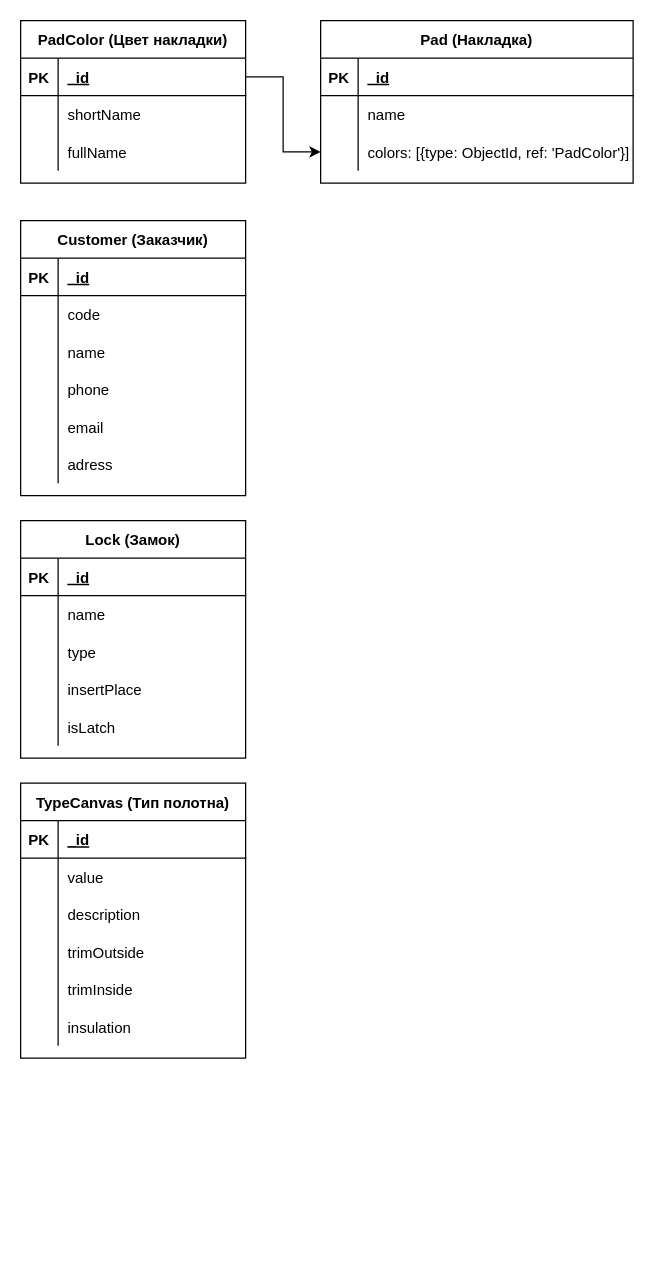
The draw.io diagram schema.drawio in ProSysYo/bunker, before the edit. Source tidied: cells renumbered, new cells numbered last; positions are measured from the earlier drawing's top-left corner, leaving out a move shared by most shapes. Both pictures are drawn from the tidied source at 125%, with x=0, y=0 at pixel (20, 20).
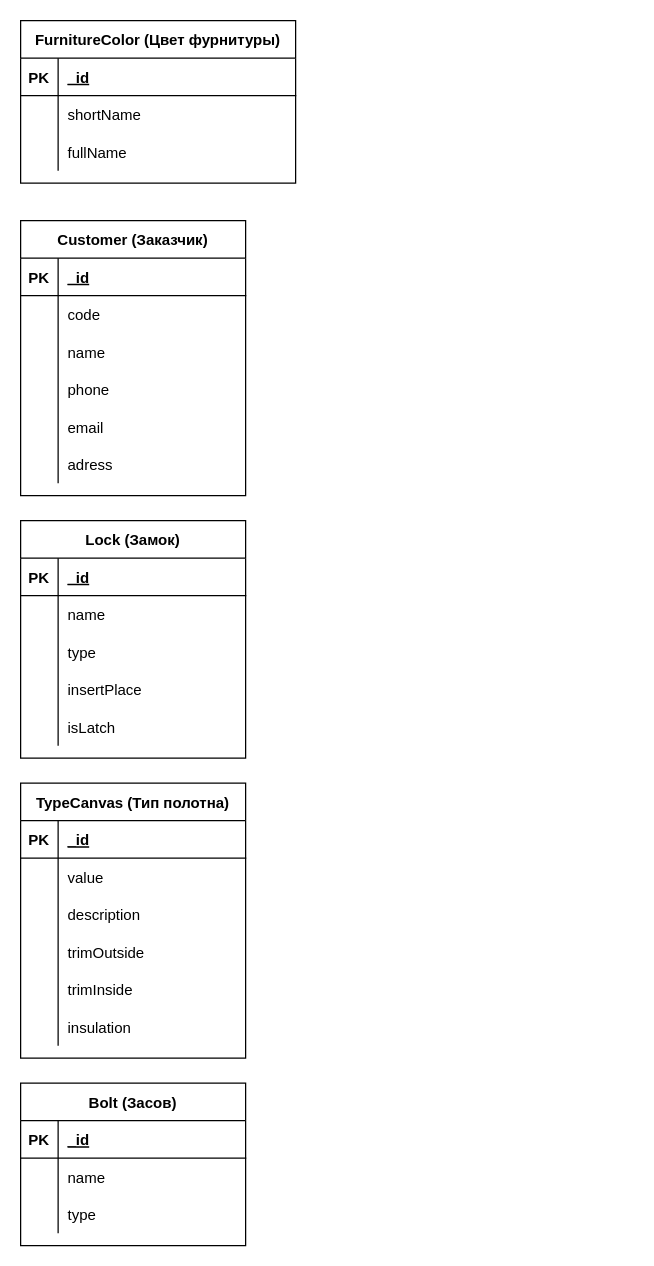
Above is the later version.

Diff of the diagram source:
```diff
@@
-    <mxCell id="2" value="PadColor (Цвет накладки)" style="shape=table;startSize=30;childLayout=tableLayout;rowLines=0;fontStyle=1;align=center;swimlaneFillColor=none;" parent="1" vertex="1">
-      <mxGeometry width="180" height="130" as="geometry" />
+    <mxCell id="2" value="FurnitureColor (Цвет фурнитуры)" style="shape=table;startSize=30;childLayout=tableLayout;rowLines=0;fontStyle=1;align=center;swimlaneFillColor=none;" parent="1" vertex="1">
+      <mxGeometry width="220" height="130" as="geometry" />
     </mxCell>
     <mxCell id="3" style="shape=partialRectangle;fillColor=none;top=0;left=0;bottom=1;right=0;points=[[0,0.5],[1,0.5]];portConstraint=eastwest;" parent="2" vertex="1">
-      <mxGeometry y="30" width="180" height="30" as="geometry" />
+      <mxGeometry y="30" width="220" height="30" as="geometry" />
     </mxCell>
@@
     <mxCell id="5" value="_id" style="shape=partialRectangle;fillColor=none;top=0;left=0;bottom=0;right=0;align=left;spacingLeft=6;fontStyle=5;overflow=hidden;" parent="3" vertex="1">
-      <mxGeometry x="30" width="150" height="30" as="geometry" />
+      <mxGeometry x="30" width="190" height="30" as="geometry" />
     </mxCell>
     <mxCell id="6" style="shape=partialRectangle;fillColor=none;top=0;left=0;bottom=0;right=0;" parent="2" vertex="1">
-      <mxGeometry y="60" width="180" height="30" as="geometry" />
+      <mxGeometry y="60" width="220" height="30" as="geometry" />
     </mxCell>
@@
     <mxCell id="8" value="shortName" style="shape=partialRectangle;fillColor=none;top=0;left=0;bottom=0;right=0;align=left;spacingLeft=6;overflow=hidden;" parent="6" vertex="1">
-      <mxGeometry x="30" width="150" height="30" as="geometry" />
+      <mxGeometry x="30" width="190" height="30" as="geometry" />
     </mxCell>
     <mxCell id="9" style="shape=partialRectangle;fillColor=none;top=0;left=0;bottom=0;right=0;" parent="2" vertex="1">
-      <mxGeometry y="90" width="180" height="30" as="geometry" />
+      <mxGeometry y="90" width="220" height="30" as="geometry" />
     </mxCell>
@@
     <mxCell id="11" value="fullName" style="shape=partialRectangle;fillColor=none;top=0;left=0;bottom=0;right=0;align=left;spacingLeft=6;overflow=hidden;" parent="9" vertex="1">
-      <mxGeometry x="30" width="150" height="30" as="geometry" />
+      <mxGeometry x="30" width="190" height="30" as="geometry" />
     </mxCell>
-    <mxCell id="12" value="Pad (Накладка)" style="shape=table;startSize=30;childLayout=tableLayout;rowLines=0;fontStyle=1;align=center;" parent="1" vertex="1">
-      <mxGeometry x="240" width="250" height="130" as="geometry" />
-    </mxCell>
-    <mxCell id="13" style="shape=partialRectangle;fillColor=none;top=0;left=0;bottom=1;right=0;" parent="12" vertex="1">
-      <mxGeometry y="30" width="250" height="30" as="geometry" />
-    </mxCell>
-    <mxCell id="14" value="PK" style="shape=partialRectangle;fillColor=none;top=0;left=0;bottom=0;right=0;fontStyle=1;overflow=hidden;" parent="13" vertex="1">
-      <mxGeometry width="30" height="30" as="geometry" />
-    </mxCell>
-    <mxCell id="15" value="_id" style="shape=partialRectangle;fillColor=none;top=0;left=0;bottom=0;right=0;align=left;spacingLeft=6;fontStyle=5;overflow=hidden;" parent="13" vertex="1">
-      <mxGeometry x="30" width="220" height="30" as="geometry" />
-    </mxCell>
-    <mxCell id="16" style="shape=partialRectangle;fillColor=none;top=0;left=0;bottom=0;right=0;" parent="12" vertex="1">
-      <mxGeometry y="60" width="250" height="30" as="geometry" />
-    </mxCell>
-    <mxCell id="17" style="shape=partialRectangle;fillColor=none;top=0;left=0;bottom=0;right=0;overflow=hidden;" parent="16" vertex="1">
-      <mxGeometry width="30" height="30" as="geometry" />
-    </mxCell>
-    <mxCell id="18" value="name" style="shape=partialRectangle;fillColor=none;top=0;left=0;bottom=0;right=0;align=left;spacingLeft=6;overflow=hidden;" parent="16" vertex="1">
-      <mxGeometry x="30" width="220" height="30" as="geometry" />
-    </mxCell>
-    <mxCell id="19" style="shape=partialRectangle;fillColor=none;top=0;left=0;bottom=0;right=0;points=[[0,0.5],[1,0.5]];portConstraint=eastwest;" parent="12" vertex="1">
-      <mxGeometry y="90" width="250" height="30" as="geometry" />
-    </mxCell>
-    <mxCell id="20" style="shape=partialRectangle;fillColor=none;top=0;left=0;bottom=0;right=0;overflow=hidden;" parent="19" vertex="1">
-      <mxGeometry width="30" height="30" as="geometry" />
-    </mxCell>
-    <mxCell id="21" value="colors: [{type: ObjectId, ref: 'PadColor'}]" style="shape=partialRectangle;fillColor=none;top=0;left=0;bottom=0;right=0;align=left;spacingLeft=6;overflow=hidden;" parent="19" vertex="1">
-      <mxGeometry x="30" width="220" height="30" as="geometry" />
-    </mxCell>
-    <mxCell id="22" style="edgeStyle=orthogonalEdgeStyle;rounded=0;jettySize=auto;html=1;exitX=1;exitY=0.5;exitDx=0;exitDy=0;" parent="1" edge="1" source="3" target="19">
-      <mxGeometry relative="1" as="geometry" />
-    </mxCell>
@@
+    <mxCell id="77" value="Bolt (Засов)" style="shape=table;startSize=30;childLayout=tableLayout;rowLines=0;fontStyle=1;align=center;" parent="1" vertex="1">
+      <mxGeometry y="850" width="180" height="130" as="geometry" />
+    </mxCell>
+    <mxCell id="78" style="shape=partialRectangle;fillColor=none;top=0;left=0;bottom=1;right=0;" parent="77" vertex="1">
+      <mxGeometry y="30" width="180" height="30" as="geometry" />
+    </mxCell>
+    <mxCell id="14" value="PK" style="shape=partialRectangle;fillColor=none;top=0;left=0;bottom=0;right=0;fontStyle=1;overflow=hidden;" parent="78" vertex="1">
+      <mxGeometry width="30" height="30" as="geometry" />
+    </mxCell>
+    <mxCell id="15" value="_id" style="shape=partialRectangle;fillColor=none;top=0;left=0;bottom=0;right=0;align=left;spacingLeft=6;fontStyle=5;overflow=hidden;" parent="78" vertex="1">
+      <mxGeometry x="30" width="150" height="30" as="geometry" />
+    </mxCell>
+    <mxCell id="79" style="shape=partialRectangle;fillColor=none;top=0;left=0;bottom=0;right=0;" parent="77" vertex="1">
+      <mxGeometry y="60" width="180" height="30" as="geometry" />
+    </mxCell>
+    <mxCell id="80" style="shape=partialRectangle;fillColor=none;top=0;left=0;bottom=0;right=0;overflow=hidden;" parent="79" vertex="1">
+      <mxGeometry width="30" height="30" as="geometry" />
+    </mxCell>
+    <mxCell id="18" value="name" style="shape=partialRectangle;fillColor=none;top=0;left=0;bottom=0;right=0;align=left;spacingLeft=6;overflow=hidden;" parent="79" vertex="1">
+      <mxGeometry x="30" width="150" height="30" as="geometry" />
+    </mxCell>
+    <mxCell id="81" style="shape=partialRectangle;fillColor=none;top=0;left=0;bottom=0;right=0;" parent="77" vertex="1">
+      <mxGeometry y="90" width="180" height="30" as="geometry" />
+    </mxCell>
+    <mxCell id="82" style="shape=partialRectangle;fillColor=none;top=0;left=0;bottom=0;right=0;overflow=hidden;" parent="81" vertex="1">
+      <mxGeometry width="30" height="30" as="geometry" />
+    </mxCell>
+    <mxCell id="83" value="type" style="shape=partialRectangle;fillColor=none;top=0;left=0;bottom=0;right=0;align=left;spacingLeft=6;overflow=hidden;" parent="81" vertex="1">
+      <mxGeometry x="30" width="150" height="30" as="geometry" />
+    </mxCell>
```
